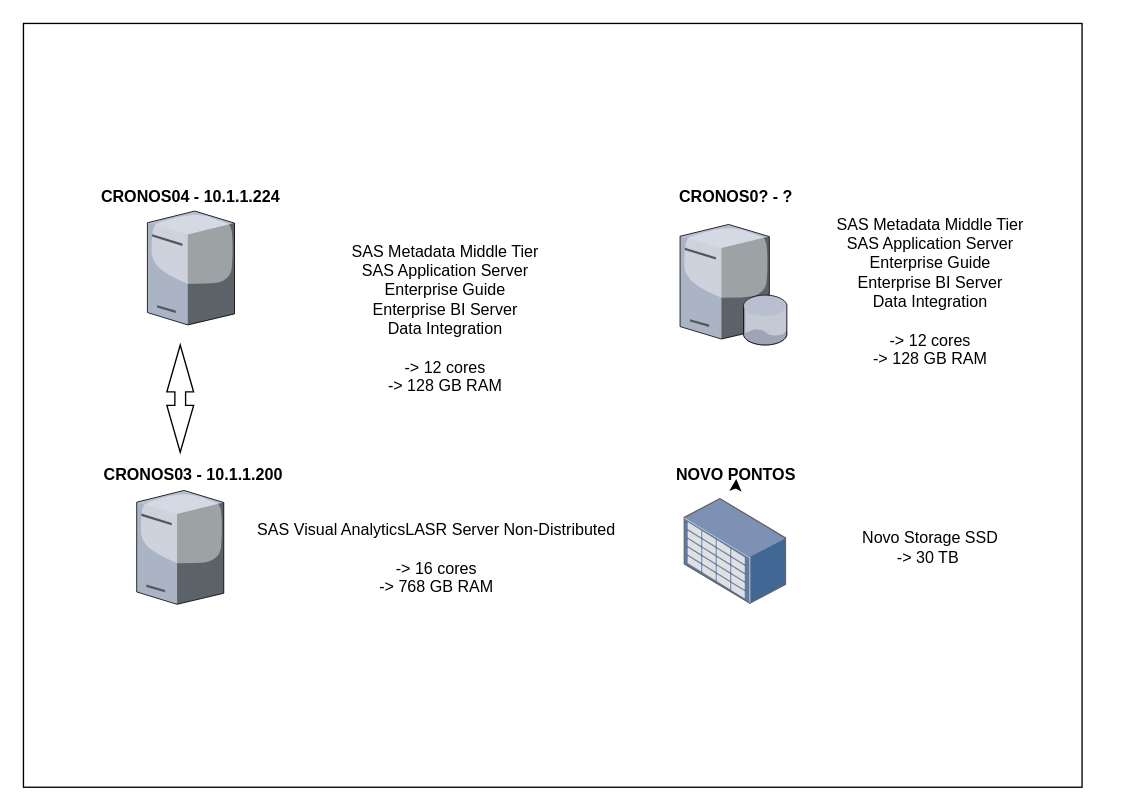
Before: Untitled Diagram.drawio in Dfralmeida/extension, a draw.io diagram. Source tidied: cells renumbered, new cells numbered last; positions are measured from the earlier drawing's top-left corner, leaving out a move shared by most shapes. Both pictures are drawn from the tidied source at 134%, with x=0, y=0 at pixel (23, 23).
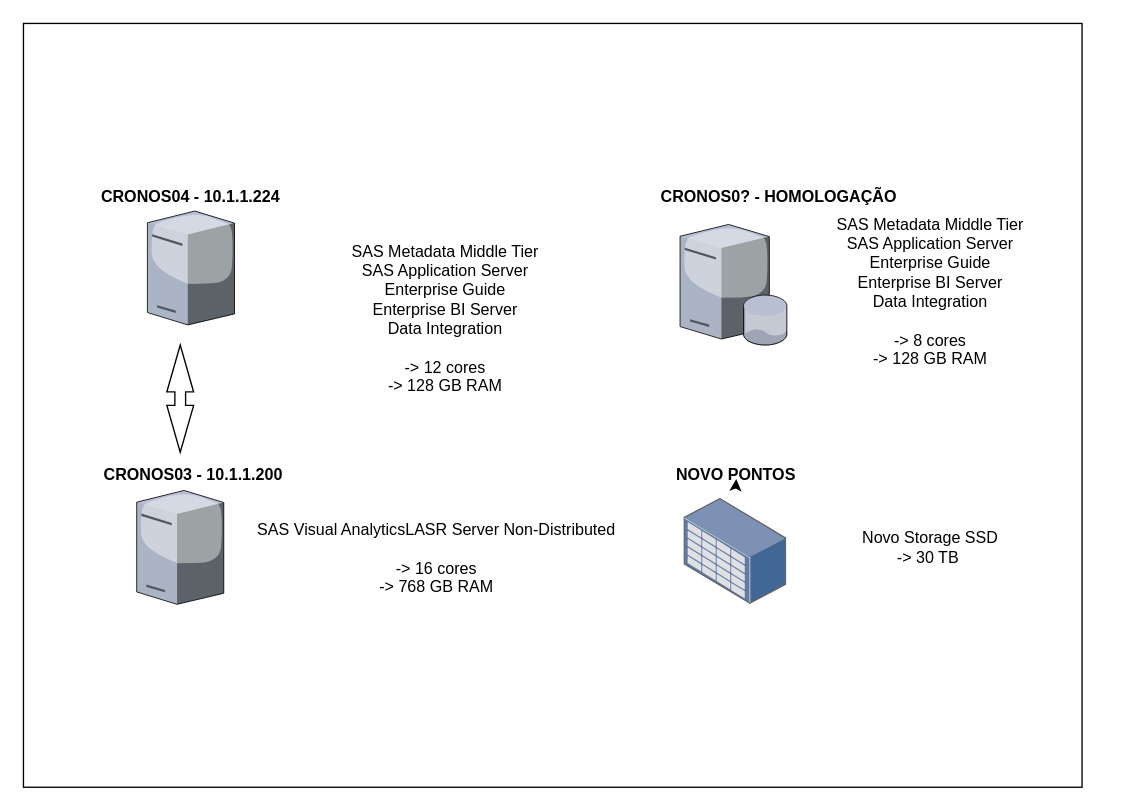
The same page after the edit.

The edit, as a diff of the source:
```diff
@@
 <mxGraphModel>
   <root>
     <mxCell id="0" />
     <mxCell id="1" parent="0" />
     <mxCell id="2" style="rounded=0;whiteSpace=wrap;html=1;" parent="1" vertex="1">
       <mxGeometry width="790" height="570" as="geometry" />
     </mxCell>
     <mxCell id="3" style="verticalLabelPosition=bottom;html=1;verticalAlign=top;strokeColor=none;align=center;shape=mxgraph.citrix.database_server;" parent="1" vertex="1">
       <mxGeometry x="490" y="150" width="80" height="90" as="geometry" />
     </mxCell>
     <mxCell id="4" value="&lt;b&gt;&lt;font&gt;CRONOS04 - 10.1.1.224&lt;/font&gt;&lt;/b&gt;" style="text;html=1;strokeColor=none;fillColor=none;align=center;verticalAlign=middle;whiteSpace=wrap;rounded=0;" parent="1" vertex="1">
       <mxGeometry x="50" y="120" width="150" height="20" as="geometry" />
     </mxCell>
     <mxCell id="5" value="&lt;b&gt;&lt;font&gt;CRONOS03 - 10.1.1.200&lt;/font&gt;&lt;/b&gt;&lt;br&gt;" style="text;html=1;strokeColor=none;fillColor=none;align=center;verticalAlign=middle;whiteSpace=wrap;rounded=0;" parent="1" vertex="1">
       <mxGeometry x="47" y="327" width="160" height="20" as="geometry" />
     </mxCell>
     <mxCell id="6" value="&lt;span&gt;SAS Visual &lt;/span&gt;&lt;span&gt;Analytics&lt;/span&gt;&lt;span&gt;LASR Server Non-&lt;/span&gt;&lt;span&gt;Distributed&lt;/span&gt;&lt;br&gt;&lt;br&gt;-&amp;gt; 16 cores&lt;br&gt;-&amp;gt; 768 GB RAM&lt;br&gt;" style="text;html=1;strokeColor=none;fillColor=none;align=center;verticalAlign=middle;whiteSpace=wrap;rounded=0;" parent="1" vertex="1">
       <mxGeometry x="167" y="388" width="283" height="22" as="geometry" />
     </mxCell>
     <mxCell id="7" value="SAS Metadata Middle Tier&lt;br&gt;SAS Application Server&lt;br&gt;Enterprise Guide&lt;br&gt;Enterprise BI Server&lt;br&gt;Data Integration&lt;br&gt;&lt;br&gt;-&amp;gt; 12 cores&lt;br&gt;-&amp;gt; 128 GB RAM&lt;br&gt;&lt;br&gt;&lt;br&gt;" style="text;html=1;strokeColor=none;fillColor=none;align=center;verticalAlign=middle;whiteSpace=wrap;rounded=0;" parent="1" vertex="1">
       <mxGeometry x="170" y="170" width="290" height="130" as="geometry" />
     </mxCell>
     <mxCell id="8" style="html=1;shadow=0;dashed=0;align=center;verticalAlign=middle;shape=mxgraph.arrows2.twoWayArrow;dy=0.6;dx=35;direction=south;" parent="1" vertex="1">
       <mxGeometry x="107" y="240" width="20" height="80" as="geometry" />
     </mxCell>
     <mxCell id="9" style="html=1;align=center;shadow=0;dashed=0;image;image=img/lib/allied_telesis/storage/Datacenter_Server_Storage_Unit_Large.svg;" parent="1" vertex="1">
       <mxGeometry x="493" y="354.5" width="76.8" height="79.2" as="geometry" />
     </mxCell>
     <mxCell id="10" value="&lt;b&gt;&lt;font&gt;NOVO PONTOS&lt;/font&gt;&lt;/b&gt;" style="text;html=1;strokeColor=none;fillColor=none;align=center;verticalAlign=middle;whiteSpace=wrap;rounded=0;" parent="1" vertex="1">
       <mxGeometry x="456.5" y="327" width="150" height="20" as="geometry" />
     </mxCell>
     <mxCell id="11" value="Novo Storage SSD&lt;br&gt;-&amp;gt; 30 TB&amp;nbsp;&lt;br&gt;" style="text;html=1;strokeColor=none;fillColor=none;align=center;verticalAlign=middle;whiteSpace=wrap;rounded=0;" parent="1" vertex="1">
       <mxGeometry x="576.5" y="361.5" width="200" height="59" as="geometry" />
     </mxCell>
     <mxCell id="12" style="edgeStyle=orthogonalEdgeStyle;rounded=0;orthogonalLoop=1;jettySize=auto;html=1;exitX=0.5;exitY=1;exitDx=0;exitDy=0;entryX=0.503;entryY=0.65;entryDx=0;entryDy=0;entryPerimeter=0;" parent="1" edge="1" source="10" target="10">
       <mxGeometry relative="1" as="geometry" />
     </mxCell>
-    <mxCell id="13" value="&lt;b&gt;&lt;font&gt;CRONOS0? - ?&lt;/font&gt;&lt;/b&gt;" style="text;html=1;strokeColor=none;fillColor=none;align=center;verticalAlign=middle;whiteSpace=wrap;rounded=0;" parent="1" vertex="1">
-      <mxGeometry x="456.5" y="120" width="150" height="20" as="geometry" />
+    <mxCell id="13" value="&lt;b&gt;&lt;font&gt;CRONOS0? - HOMOLOGAÇÃO&lt;/font&gt;&lt;/b&gt;" style="text;html=1;strokeColor=none;fillColor=none;align=center;verticalAlign=middle;whiteSpace=wrap;rounded=0;" parent="1" vertex="1">
+      <mxGeometry x="457" y="120" width="214" height="20" as="geometry" />
     </mxCell>
-    <mxCell id="14" value="SAS Metadata Middle Tier&lt;br&gt;SAS Application Server&lt;br&gt;Enterprise Guide&lt;br&gt;Enterprise BI Server&lt;br&gt;Data Integration&lt;br&gt;&lt;br&gt;-&amp;gt; 12 cores&lt;br&gt;-&amp;gt; 128 GB RAM&lt;br&gt;&lt;br&gt;&lt;br&gt;" style="text;html=1;strokeColor=none;fillColor=none;align=center;verticalAlign=middle;whiteSpace=wrap;rounded=0;" parent="1" vertex="1">
+    <mxCell id="14" value="SAS Metadata Middle Tier&lt;br&gt;SAS Application Server&lt;br&gt;Enterprise Guide&lt;br&gt;Enterprise BI Server&lt;br&gt;Data Integration&lt;br&gt;&lt;br&gt;-&amp;gt; 8 cores&lt;br&gt;-&amp;gt; 128 GB RAM&lt;br&gt;&lt;br&gt;&lt;br&gt;" style="text;html=1;strokeColor=none;fillColor=none;align=center;verticalAlign=middle;whiteSpace=wrap;rounded=0;" parent="1" vertex="1">
       <mxGeometry x="531.5" y="150" width="290" height="130" as="geometry" />
     </mxCell>
     <mxCell id="15" style="verticalLabelPosition=bottom;html=1;verticalAlign=top;strokeColor=none;align=center;shape=mxgraph.citrix.license_server;" parent="1" vertex="1">
       <mxGeometry x="84.5" y="348.5" width="65" height="85" as="geometry" />
     </mxCell>
     <mxCell id="16" style="verticalLabelPosition=bottom;html=1;verticalAlign=top;strokeColor=none;align=center;shape=mxgraph.citrix.license_server;" parent="1" vertex="1">
       <mxGeometry x="92.5" y="140" width="65" height="85" as="geometry" />
     </mxCell>
   </root>
 </mxGraphModel>
```
